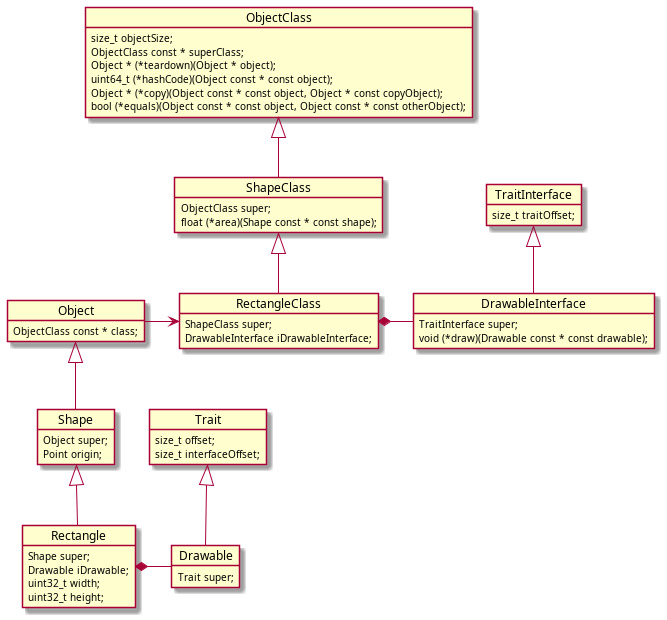
Before: docs/media/diag-rectangle-class-example.png, a diagram exported from PlantUML (alexmarincu/Cbject).
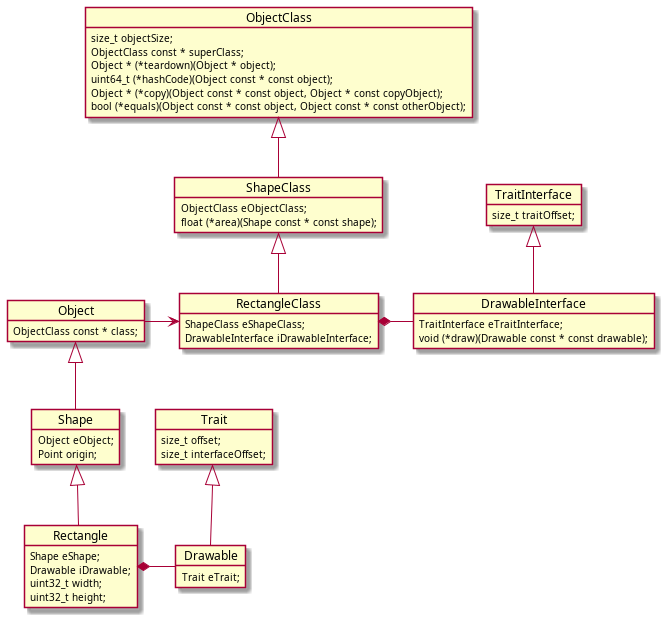
Above is the later version.

Commit message:
Update name of super member

What changed in the source:
```diff
@@ -1,19 +1,19 @@
 @startuml
 object Rectangle {
-    Shape super;
+    Shape eShape;
     Drawable iDrawable;
     uint32_t width;
     uint32_t height;
 }
 object Shape {
-    Object super;
+    Object eObject;
     Point origin;
 }
 object Drawable {
-    Trait super;
+    Trait eTrait;
 }
 object DrawableInterface {
-    TraitInterface super;
+    TraitInterface eTraitInterface;
     void (*draw)(Drawable const * const drawable);
 }
 object Trait {
@@ -21,7 +21,7 @@
     size_t interfaceOffset;
 }
 object RectangleClass {
-    ShapeClass super;
+    ShapeClass eShapeClass;
     DrawableInterface iDrawableInterface;
 }
 object TraitInterface {
@@ -31,7 +31,7 @@
     ObjectClass const * class;
 }
 object ShapeClass {
-    ObjectClass super;
+    ObjectClass eObjectClass;
     float (*area)(Shape const * const shape);
 }
 object ObjectClass {
```
